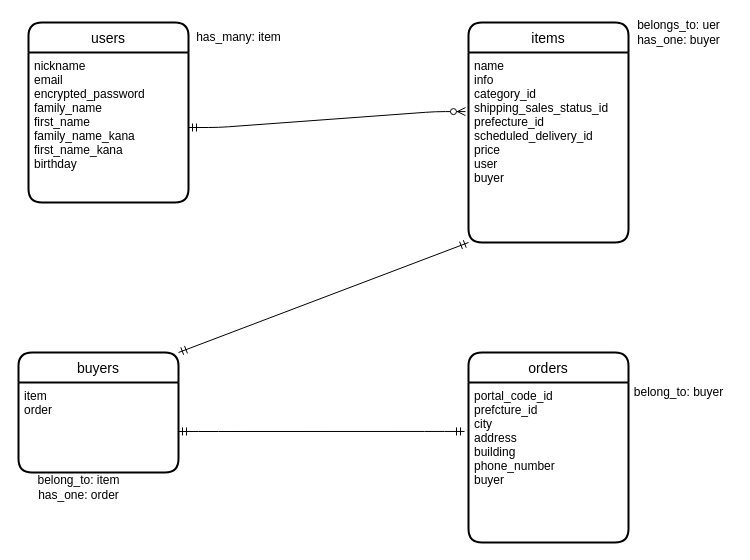
Before: db.dio in Jun922/furima-34716, a draw.io diagram. Source tidied: cells renumbered, new cells numbered last; positions are measured from the earlier drawing's top-left corner, leaving out a move shared by most shapes. Both pictures are drawn from the tidied source at 100%, with x=0, y=0 at pixel (18, 17).
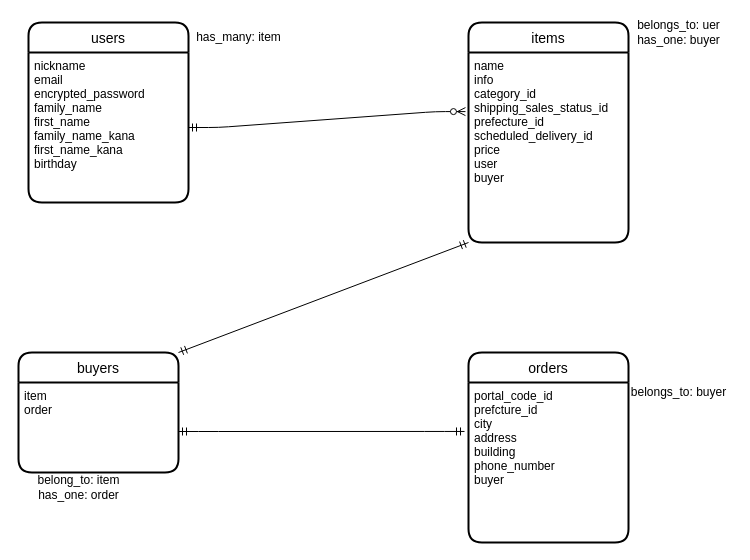
Above is the later version.

The edit, as a diff of the source:
```diff
@@
 <mxGraphModel>
   <root>
     <mxCell id="0" />
     <mxCell id="1" parent="0" />
     <mxCell id="2" value="users" style="swimlane;horizontal=1;startSize=30;rounded=1;fontSize=14;fontStyle=0;strokeWidth=2;shadow=0;dashed=0;align=center;" parent="1" vertex="1">
       <mxGeometry x="10" y="5" width="160" height="180" as="geometry" />
     </mxCell>
     <mxCell id="3" value="nickname&#10;email&#10;encrypted_password&#10;family_name&#10;first_name&#10;family_name_kana&#10;first_name_kana&#10;birthday" style="align=left;strokeColor=none;fillColor=none;spacingLeft=4;fontSize=12;verticalAlign=top;" parent="2" vertex="1">
       <mxGeometry y="30" width="160" height="150" as="geometry" />
     </mxCell>
     <mxCell id="4" value="items" style="swimlane;horizontal=1;startSize=30;rounded=1;fontSize=14;fontStyle=0;strokeWidth=2;shadow=0;dashed=0;align=center;" parent="1" vertex="1">
       <mxGeometry x="450" y="5" width="160" height="220" as="geometry" />
     </mxCell>
     <mxCell id="5" value="name&#10;info&#10;category_id&#10;shipping_sales_status_id&#10;prefecture_id&#10;scheduled_delivery_id&#10;price&#10;user&#10;buyer" style="align=left;strokeColor=none;fillColor=none;spacingLeft=4;fontSize=12;verticalAlign=top;fontStyle=0;" parent="4" vertex="1">
       <mxGeometry y="30" width="160" height="190" as="geometry" />
     </mxCell>
     <mxCell id="6" value="buyers" style="swimlane;horizontal=1;startSize=30;rounded=1;fontSize=14;fontStyle=0;strokeWidth=2;shadow=0;dashed=0;align=center;" parent="1" vertex="1">
       <mxGeometry y="335" width="160" height="120" as="geometry" />
     </mxCell>
     <mxCell id="7" value="item&#10;order" style="align=left;strokeColor=none;fillColor=none;spacingLeft=4;fontSize=12;verticalAlign=top;" parent="6" vertex="1">
       <mxGeometry y="30" width="160" height="90" as="geometry" />
     </mxCell>
     <mxCell id="8" value="orders" style="swimlane;horizontal=1;startSize=30;rounded=1;fontSize=14;fontStyle=0;strokeWidth=2;shadow=0;dashed=0;align=center;" parent="1" vertex="1">
       <mxGeometry x="450" y="335" width="160" height="190" as="geometry" />
     </mxCell>
     <mxCell id="9" value="portal_code_id&#10;prefcture_id&#10;city&#10;address&#10;building&#10;phone_number&#10;buyer" style="align=left;strokeColor=none;fillColor=none;spacingLeft=4;fontSize=12;verticalAlign=top;" parent="8" vertex="1">
       <mxGeometry y="30" width="160" height="160" as="geometry" />
     </mxCell>
     <mxCell id="10" style="edgeStyle=entityRelationEdgeStyle;fontSize=12;html=1;endArrow=ERzeroToMany;startArrow=ERmandOne;exitX=1;exitY=0.5;exitDx=0;exitDy=0;entryX=-0.019;entryY=0.311;entryDx=0;entryDy=0;entryPerimeter=0;" parent="1" edge="1" source="3" target="5">
       <mxGeometry relative="1" as="geometry" />
     </mxCell>
     <mxCell id="11" style="edgeStyle=entityRelationEdgeStyle;fontSize=12;html=1;endArrow=ERmandOne;startArrow=ERmandOne;entryX=-0.025;entryY=0.306;entryDx=0;entryDy=0;entryPerimeter=0;" parent="1" edge="1" target="9">
       <mxGeometry relative="1" as="geometry">
         <mxPoint x="160" y="414" as="sourcePoint" />
       </mxGeometry>
     </mxCell>
     <mxCell id="12" style="fontSize=12;html=1;endArrow=ERmandOne;startArrow=ERmandOne;exitX=1;exitY=0;exitDx=0;exitDy=0;entryX=0;entryY=1;entryDx=0;entryDy=0;" parent="1" edge="1" source="6" target="5">
       <mxGeometry relative="1" as="geometry" />
     </mxCell>
     <mxCell id="13" value="has_many: item" style="text;html=1;align=center;verticalAlign=middle;" parent="1" vertex="1">
       <mxGeometry x="170" y="10" width="100" height="20" as="geometry" />
     </mxCell>
     <mxCell id="14" value="belongs_to: uer&lt;br&gt;has_one: buyer" style="text;html=1;align=center;verticalAlign=middle;" parent="1" vertex="1">
       <mxGeometry x="610" width="100" height="30" as="geometry" />
     </mxCell>
     <mxCell id="15" value="belong_to: item&lt;br&gt;has_one: order" style="text;html=1;align=center;verticalAlign=middle;" parent="1" vertex="1">
       <mxGeometry x="10" y="455" width="100" height="30" as="geometry" />
     </mxCell>
-    <mxCell id="16" value="belong_to: buyer" style="text;html=1;align=center;verticalAlign=middle;" parent="1" vertex="1">
-      <mxGeometry x="610" y="365" width="100" height="20" as="geometry" />
+    <mxCell id="16" value="belongs_to: buyer" style="text;html=1;align=center;verticalAlign=middle;" parent="1" vertex="1">
+      <mxGeometry x="605" y="365" width="110" height="20" as="geometry" />
     </mxCell>
   </root>
 </mxGraphModel>
```
